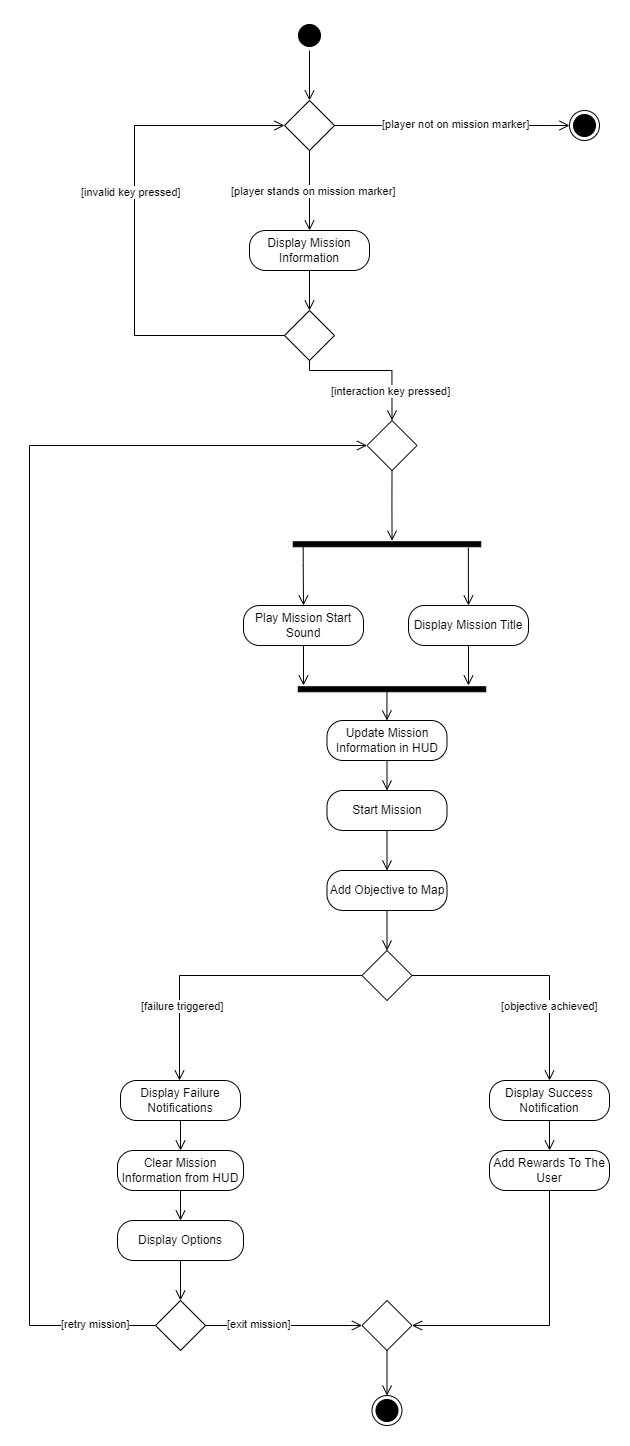
The draw.io diagram Documents/HighLevelDesign/MissionActivity.png in MatKamin/GrabThatAuto, before a commit. Source tidied: cells renumbered, new cells last; positions are measured from the earlier drawing's top-left corner, leaving out a move shared by most shapes. Source of this version:
```xml
<mxGraphModel background="#ffffff">
  <root>
    <mxCell id="0" />
    <mxCell id="1" parent="0" />
    <mxCell id="2" style="ellipse;html=1;shape=startState;fillColor=#000000;strokeColor=#000000;fontColor=#000000;" parent="1" vertex="1">
      <mxGeometry x="265" width="30" height="30" as="geometry" />
    </mxCell>
    <mxCell id="3" style="edgeStyle=orthogonalEdgeStyle;html=1;verticalAlign=bottom;endArrow=open;endSize=8;strokeColor=#000000;rounded=0;exitX=0.5;exitY=1;exitDx=0;exitDy=0;fontColor=#000000;entryX=0.5;entryY=0;entryDx=0;entryDy=0;" parent="1" edge="1" source="2" target="9">
      <mxGeometry relative="1" as="geometry" />
    </mxCell>
    <mxCell id="4" style="rhombus;whiteSpace=wrap;html=1;fontColor=#000000;fillColor=none;strokeColor=#000000;" parent="1" vertex="1">
      <mxGeometry x="255" y="290" width="50" height="50" as="geometry" />
    </mxCell>
    <mxCell id="5" value="Display Mission Information" style="rounded=1;whiteSpace=wrap;html=1;arcSize=40;fontColor=#000000;fillColor=none;strokeColor=#000000;" parent="1" vertex="1">
      <mxGeometry x="220" y="210" width="120" height="40" as="geometry" />
    </mxCell>
    <mxCell id="6" style="edgeStyle=orthogonalEdgeStyle;html=1;verticalAlign=bottom;endArrow=open;endSize=8;strokeColor=#000000;rounded=0;exitX=0.5;exitY=1;exitDx=0;exitDy=0;entryX=0.5;entryY=0;entryDx=0;entryDy=0;fontColor=#000000;" parent="1" edge="1" source="5" target="4">
      <mxGeometry relative="1" as="geometry" />
    </mxCell>
    <mxCell id="7" value="[interaction key pressed]" style="edgeStyle=orthogonalEdgeStyle;html=1;align=left;verticalAlign=bottom;endArrow=open;endSize=8;strokeColor=#000000;rounded=0;exitX=0.5;exitY=1;exitDx=0;exitDy=0;labelBackgroundColor=#ffffff;fontColor=#000000;entryX=0.5;entryY=0;entryDx=0;entryDy=0;" parent="1" edge="1" source="4" target="38">
      <mxGeometry x="-0.58" y="-30" relative="1" as="geometry">
        <Array as="points">
          <mxPoint x="280" y="350" />
        </Array>
      </mxGeometry>
    </mxCell>
    <mxCell id="8" value="[invalid key pressed]" style="edgeStyle=orthogonalEdgeStyle;html=1;align=left;verticalAlign=bottom;endArrow=open;endSize=8;strokeColor=#000000;rounded=0;exitX=0;exitY=0.5;exitDx=0;exitDy=0;labelBackgroundColor=#ffffff;fontColor=#000000;entryX=0;entryY=0.5;entryDx=0;entryDy=0;" parent="1" edge="1" source="4" target="9">
      <mxGeometry x="0.12" y="55" relative="1" as="geometry">
        <Array as="points">
          <mxPoint x="105" y="315" />
          <mxPoint x="105" y="105" />
        </Array>
      </mxGeometry>
    </mxCell>
    <mxCell id="9" style="rhombus;whiteSpace=wrap;html=1;fontColor=#000000;fillColor=none;strokeColor=#000000;" parent="1" vertex="1">
      <mxGeometry x="255" y="80" width="50" height="50" as="geometry" />
    </mxCell>
    <mxCell id="10" value="[player stands on mission marker]" style="edgeStyle=orthogonalEdgeStyle;html=1;align=left;verticalAlign=bottom;endArrow=open;endSize=8;strokeColor=#000000;rounded=0;exitX=0.5;exitY=1;exitDx=0;exitDy=0;labelBackgroundColor=#ffffff;fontColor=#000000;entryX=0.5;entryY=0;entryDx=0;entryDy=0;" parent="1" edge="1" source="9" target="5">
      <mxGeometry x="0.25" y="-80" relative="1" as="geometry">
        <Array as="points">
          <mxPoint x="280" y="170" />
          <mxPoint x="280" y="170" />
        </Array>
      </mxGeometry>
    </mxCell>
    <mxCell id="11" style="ellipse;html=1;shape=endState;fillColor=#000000;strokeColor=#000000;" parent="1" vertex="1">
      <mxGeometry x="540" y="90" width="30" height="30" as="geometry" />
    </mxCell>
    <mxCell id="12" value="[player not on mission marker]" style="edgeStyle=orthogonalEdgeStyle;html=1;align=left;verticalAlign=bottom;endArrow=open;endSize=8;strokeColor=#000000;rounded=0;exitX=1;exitY=0.5;exitDx=0;exitDy=0;labelBackgroundColor=#ffffff;fontColor=#000000;entryX=0;entryY=0.5;entryDx=0;entryDy=0;fontSize=11;spacingBottom=-3;" parent="1" edge="1" source="9" target="11">
      <mxGeometry x="-0.62" y="-5" relative="1" as="geometry">
        <Array as="points">
          <mxPoint x="520" y="105" />
          <mxPoint x="520" y="105" />
        </Array>
      </mxGeometry>
    </mxCell>
    <mxCell id="13" style="html=1;points=[];perimeter=orthogonalPerimeter;fillColor=strokeColor;strokeColor=#000000;rotation=90;" parent="1" vertex="1">
      <mxGeometry x="355" y="430" width="5" height="187.5" as="geometry" />
    </mxCell>
    <mxCell id="14" style="edgeStyle=orthogonalEdgeStyle;html=1;align=left;verticalAlign=bottom;endArrow=open;endSize=8;strokeColor=#000000;rounded=0;exitX=0.5;exitY=0.947;exitDx=0;exitDy=0;labelBackgroundColor=#ffffff;fontColor=#000000;exitPerimeter=0;entryX=0.5;entryY=0;entryDx=0;entryDy=0;" parent="1" edge="1" source="13" target="15">
      <mxGeometry x="0.5" y="-60" relative="1" as="geometry">
        <Array as="points">
          <mxPoint x="274" y="545" />
          <mxPoint x="274" y="545" />
        </Array>
      </mxGeometry>
    </mxCell>
    <mxCell id="15" value="Play Mission Start Sound" style="rounded=1;whiteSpace=wrap;html=1;arcSize=40;fontColor=#000000;fillColor=none;strokeColor=#000000;" parent="1" vertex="1">
      <mxGeometry x="214" y="585" width="120" height="40" as="geometry" />
    </mxCell>
    <mxCell id="16" value="Display Mission Title" style="rounded=1;whiteSpace=wrap;html=1;arcSize=40;fontColor=#000000;fillColor=none;strokeColor=#000000;" parent="1" vertex="1">
      <mxGeometry x="379" y="585" width="120" height="40" as="geometry" />
    </mxCell>
    <mxCell id="17" style="edgeStyle=orthogonalEdgeStyle;html=1;align=left;verticalAlign=bottom;endArrow=open;endSize=8;strokeColor=#000000;rounded=0;exitX=1.198;exitY=0.066;exitDx=0;exitDy=0;labelBackgroundColor=#ffffff;fontColor=#000000;exitPerimeter=0;entryX=0.5;entryY=0;entryDx=0;entryDy=0;" parent="1" edge="1" source="13" target="16">
      <mxGeometry x="0.5" y="-60" relative="1" as="geometry" />
    </mxCell>
    <mxCell id="18" style="html=1;points=[];perimeter=orthogonalPerimeter;fillColor=strokeColor;strokeColor=#000000;rotation=90;" parent="1" vertex="1">
      <mxGeometry x="360" y="575" width="5" height="187.5" as="geometry" />
    </mxCell>
    <mxCell id="19" style="edgeStyle=orthogonalEdgeStyle;html=1;align=left;verticalAlign=bottom;endArrow=open;endSize=8;strokeColor=#000000;rounded=0;exitX=0.5;exitY=1;exitDx=0;exitDy=0;labelBackgroundColor=#ffffff;fontColor=#000000;entryX=-0.25;entryY=0.972;entryDx=0;entryDy=0;entryPerimeter=0;" parent="1" edge="1" source="15" target="18">
      <mxGeometry x="0.5" y="-60" relative="1" as="geometry" />
    </mxCell>
    <mxCell id="20" style="edgeStyle=orthogonalEdgeStyle;html=1;align=left;verticalAlign=bottom;endArrow=open;endSize=8;strokeColor=#000000;rounded=0;exitX=0.5;exitY=1;exitDx=0;exitDy=0;labelBackgroundColor=#ffffff;fontColor=#000000;" parent="1" edge="1" source="16">
      <mxGeometry x="0.5" y="-60" relative="1" as="geometry">
        <mxPoint x="439" y="665" as="targetPoint" />
        <Array as="points">
          <mxPoint x="439" y="655" />
          <mxPoint x="439" y="655" />
        </Array>
      </mxGeometry>
    </mxCell>
    <mxCell id="21" value="Update Mission Information in HUD" style="rounded=1;whiteSpace=wrap;html=1;arcSize=40;fontColor=#000000;fillColor=none;strokeColor=#000000;" parent="1" vertex="1">
      <mxGeometry x="297.5" y="700" width="120" height="40" as="geometry" />
    </mxCell>
    <mxCell id="22" value="&lt;br&gt;" style="edgeStyle=orthogonalEdgeStyle;html=1;align=left;verticalAlign=bottom;endArrow=open;endSize=8;strokeColor=#000000;rounded=0;labelBackgroundColor=#ffffff;fontColor=#000000;entryX=0.5;entryY=0;entryDx=0;entryDy=0;exitX=0.525;exitY=0.527;exitDx=0;exitDy=0;exitPerimeter=0;" parent="1" edge="1" source="18" target="21">
      <mxGeometry x="0.5" y="-60" relative="1" as="geometry">
        <Array as="points">
          <mxPoint x="357" y="695" />
        </Array>
      </mxGeometry>
    </mxCell>
    <mxCell id="23" value="Start Mission" style="rounded=1;whiteSpace=wrap;html=1;arcSize=40;fontColor=#000000;fillColor=none;strokeColor=#000000;" parent="1" vertex="1">
      <mxGeometry x="297.5" y="770" width="120" height="40" as="geometry" />
    </mxCell>
    <mxCell id="24" style="edgeStyle=orthogonalEdgeStyle;html=1;verticalAlign=bottom;endArrow=open;endSize=8;strokeColor=#000000;rounded=0;exitX=0.5;exitY=1;exitDx=0;exitDy=0;entryX=0.5;entryY=0;entryDx=0;entryDy=0;fontColor=#000000;" parent="1" edge="1" source="21" target="23">
      <mxGeometry relative="1" as="geometry" />
    </mxCell>
    <mxCell id="25" style="rhombus;whiteSpace=wrap;html=1;fontColor=#000000;fillColor=none;strokeColor=#000000;" parent="1" vertex="1">
      <mxGeometry x="332.5" y="930" width="50" height="50" as="geometry" />
    </mxCell>
    <mxCell id="26" style="edgeStyle=orthogonalEdgeStyle;html=1;verticalAlign=bottom;endArrow=open;endSize=8;strokeColor=#000000;rounded=0;exitX=0.5;exitY=1;exitDx=0;exitDy=0;entryX=0.5;entryY=0;entryDx=0;entryDy=0;fontColor=#000000;" parent="1" edge="1" source="23" target="47">
      <mxGeometry relative="1" as="geometry" />
    </mxCell>
    <mxCell id="27" value="[objective achieved]" style="edgeStyle=orthogonalEdgeStyle;html=1;align=left;verticalAlign=bottom;endArrow=open;endSize=8;strokeColor=#000000;rounded=0;exitX=1;exitY=0.5;exitDx=0;exitDy=0;labelBackgroundColor=#ffffff;fontColor=#000000;entryX=0.5;entryY=0;entryDx=0;entryDy=0;" parent="1" edge="1" source="25" target="41">
      <mxGeometry x="-0.28" y="-40" relative="1" as="geometry">
        <Array as="points">
          <mxPoint x="520" y="955" />
          <mxPoint x="520" y="1060" />
        </Array>
      </mxGeometry>
    </mxCell>
    <mxCell id="28" value="[failure triggered]" style="edgeStyle=orthogonalEdgeStyle;html=1;align=left;verticalAlign=bottom;endArrow=open;endSize=8;strokeColor=#000000;rounded=0;exitX=0;exitY=0.5;exitDx=0;exitDy=0;labelBackgroundColor=#ffffff;fontColor=#000000;entryX=0.5;entryY=0;entryDx=0;entryDy=0;" parent="1" edge="1" source="25" target="29">
      <mxGeometry x="0.54" y="-40" relative="1" as="geometry">
        <Array as="points">
          <mxPoint x="150" y="955" />
          <mxPoint x="150" y="1060" />
        </Array>
      </mxGeometry>
    </mxCell>
    <mxCell id="29" value="Display Failure Notifications" style="rounded=1;whiteSpace=wrap;html=1;arcSize=40;fontColor=#000000;fillColor=none;strokeColor=#000000;" parent="1" vertex="1">
      <mxGeometry x="91" y="1060" width="120" height="40" as="geometry" />
    </mxCell>
    <mxCell id="30" value="Clear Mission Information from HUD" style="rounded=1;whiteSpace=wrap;html=1;arcSize=40;fontColor=#000000;fillColor=none;strokeColor=#000000;" parent="1" vertex="1">
      <mxGeometry x="88" y="1130" width="126" height="40" as="geometry" />
    </mxCell>
    <mxCell id="31" style="edgeStyle=orthogonalEdgeStyle;html=1;verticalAlign=bottom;endArrow=open;endSize=8;strokeColor=#000000;rounded=0;exitX=0.5;exitY=1;exitDx=0;exitDy=0;entryX=0.5;entryY=0;entryDx=0;entryDy=0;fontColor=#000000;" parent="1" edge="1" source="29" target="30">
      <mxGeometry relative="1" as="geometry" />
    </mxCell>
    <mxCell id="32" value="Display Options" style="rounded=1;whiteSpace=wrap;html=1;arcSize=40;fontColor=#000000;fillColor=none;strokeColor=#000000;" parent="1" vertex="1">
      <mxGeometry x="88" y="1200" width="126" height="40" as="geometry" />
    </mxCell>
    <mxCell id="33" style="edgeStyle=orthogonalEdgeStyle;html=1;verticalAlign=bottom;endArrow=open;endSize=8;strokeColor=#000000;rounded=0;exitX=0.5;exitY=1;exitDx=0;exitDy=0;entryX=0.5;entryY=0;entryDx=0;entryDy=0;fontColor=#000000;" parent="1" edge="1" source="30" target="32">
      <mxGeometry relative="1" as="geometry" />
    </mxCell>
    <mxCell id="34" style="rhombus;whiteSpace=wrap;html=1;fontColor=#000000;fillColor=none;strokeColor=#000000;" parent="1" vertex="1">
      <mxGeometry x="126" y="1280" width="50" height="50" as="geometry" />
    </mxCell>
    <mxCell id="35" style="edgeStyle=orthogonalEdgeStyle;html=1;verticalAlign=bottom;endArrow=open;endSize=8;strokeColor=#000000;rounded=0;exitX=0.5;exitY=1;exitDx=0;exitDy=0;entryX=0.5;entryY=0;entryDx=0;entryDy=0;fontColor=#000000;" parent="1" edge="1" source="32" target="34">
      <mxGeometry relative="1" as="geometry" />
    </mxCell>
    <mxCell id="36" value="[exit mission]" style="edgeStyle=orthogonalEdgeStyle;html=1;align=left;verticalAlign=bottom;endArrow=open;endSize=8;strokeColor=#000000;rounded=0;exitX=1;exitY=0.5;exitDx=0;exitDy=0;labelBackgroundColor=#ffffff;fontColor=#000000;entryX=0;entryY=0.5;entryDx=0;entryDy=0;spacingBottom=2;" parent="1" edge="1" source="34" target="44">
      <mxGeometry x="-0.75" y="-10" relative="1" as="geometry" />
    </mxCell>
    <mxCell id="37" value="[retry mission]" style="edgeStyle=orthogonalEdgeStyle;html=1;align=left;verticalAlign=bottom;endArrow=open;endSize=8;strokeColor=#000000;rounded=0;exitX=0;exitY=0.5;exitDx=0;exitDy=0;labelBackgroundColor=#ffffff;fontColor=#000000;entryX=0;entryY=0.5;entryDx=0;entryDy=0;spacingBottom=-3;" parent="1" edge="1" source="34" target="38">
      <mxGeometry x="-0.86" y="5" relative="1" as="geometry">
        <Array as="points">
          <mxPoint y="1305" />
          <mxPoint y="425" />
        </Array>
      </mxGeometry>
    </mxCell>
    <mxCell id="38" style="rhombus;whiteSpace=wrap;html=1;fontColor=#000000;fillColor=none;strokeColor=#000000;" parent="1" vertex="1">
      <mxGeometry x="337.5" y="400" width="50" height="50" as="geometry" />
    </mxCell>
    <mxCell id="39" style="edgeStyle=orthogonalEdgeStyle;html=1;verticalAlign=bottom;endArrow=open;endSize=8;strokeColor=#000000;rounded=0;exitX=0.5;exitY=1;exitDx=0;exitDy=0;fontColor=#000000;entryX=-0.207;entryY=0.473;entryDx=0;entryDy=0;entryPerimeter=0;" parent="1" edge="1" source="38" target="13">
      <mxGeometry relative="1" as="geometry" />
    </mxCell>
    <mxCell id="40" style="ellipse;html=1;shape=endState;fillColor=#000000;strokeColor=#000000;" parent="1" vertex="1">
      <mxGeometry x="342.5" y="1375" width="30" height="30" as="geometry" />
    </mxCell>
    <mxCell id="41" value="Display Success Notification" style="rounded=1;whiteSpace=wrap;html=1;arcSize=40;fontColor=#000000;fillColor=none;strokeColor=#000000;" parent="1" vertex="1">
      <mxGeometry x="460" y="1060" width="120" height="40" as="geometry" />
    </mxCell>
    <mxCell id="42" value="Add Rewards To The User" style="rounded=1;whiteSpace=wrap;html=1;arcSize=40;fontColor=#000000;fillColor=none;strokeColor=#000000;" parent="1" vertex="1">
      <mxGeometry x="460" y="1130" width="120" height="40" as="geometry" />
    </mxCell>
    <mxCell id="43" style="edgeStyle=orthogonalEdgeStyle;html=1;verticalAlign=bottom;endArrow=open;endSize=8;strokeColor=#000000;rounded=0;exitX=0.5;exitY=1;exitDx=0;exitDy=0;fontColor=#000000;entryX=0.5;entryY=0;entryDx=0;entryDy=0;" parent="1" edge="1" source="41" target="42">
      <mxGeometry relative="1" as="geometry" />
    </mxCell>
    <mxCell id="44" style="rhombus;whiteSpace=wrap;html=1;fontColor=#000000;fillColor=none;strokeColor=#000000;" parent="1" vertex="1">
      <mxGeometry x="332.5" y="1280" width="50" height="50" as="geometry" />
    </mxCell>
    <mxCell id="45" style="edgeStyle=orthogonalEdgeStyle;html=1;verticalAlign=bottom;endArrow=open;endSize=8;strokeColor=#000000;rounded=0;exitX=0.5;exitY=1;exitDx=0;exitDy=0;fontColor=#000000;entryX=1;entryY=0.5;entryDx=0;entryDy=0;" parent="1" edge="1" source="42" target="44">
      <mxGeometry relative="1" as="geometry" />
    </mxCell>
    <mxCell id="46" style="edgeStyle=orthogonalEdgeStyle;html=1;verticalAlign=bottom;endArrow=open;endSize=8;strokeColor=#000000;rounded=0;exitX=0.5;exitY=1;exitDx=0;exitDy=0;fontColor=#000000;entryX=0.5;entryY=0;entryDx=0;entryDy=0;" parent="1" edge="1" source="44" target="40">
      <mxGeometry relative="1" as="geometry" />
    </mxCell>
    <mxCell id="47" value="Add Objective to Map" style="rounded=1;whiteSpace=wrap;html=1;arcSize=40;fontColor=#000000;fillColor=none;strokeColor=#000000;" parent="1" vertex="1">
      <mxGeometry x="297.5" y="850" width="120" height="40" as="geometry" />
    </mxCell>
    <mxCell id="48" style="edgeStyle=orthogonalEdgeStyle;html=1;verticalAlign=bottom;endArrow=open;endSize=8;strokeColor=#000000;rounded=0;exitX=0.5;exitY=1;exitDx=0;exitDy=0;entryX=0.5;entryY=0;entryDx=0;entryDy=0;fontColor=#000000;" parent="1" edge="1" source="47" target="25">
      <mxGeometry relative="1" as="geometry" />
    </mxCell>
  </root>
</mxGraphModel>
```
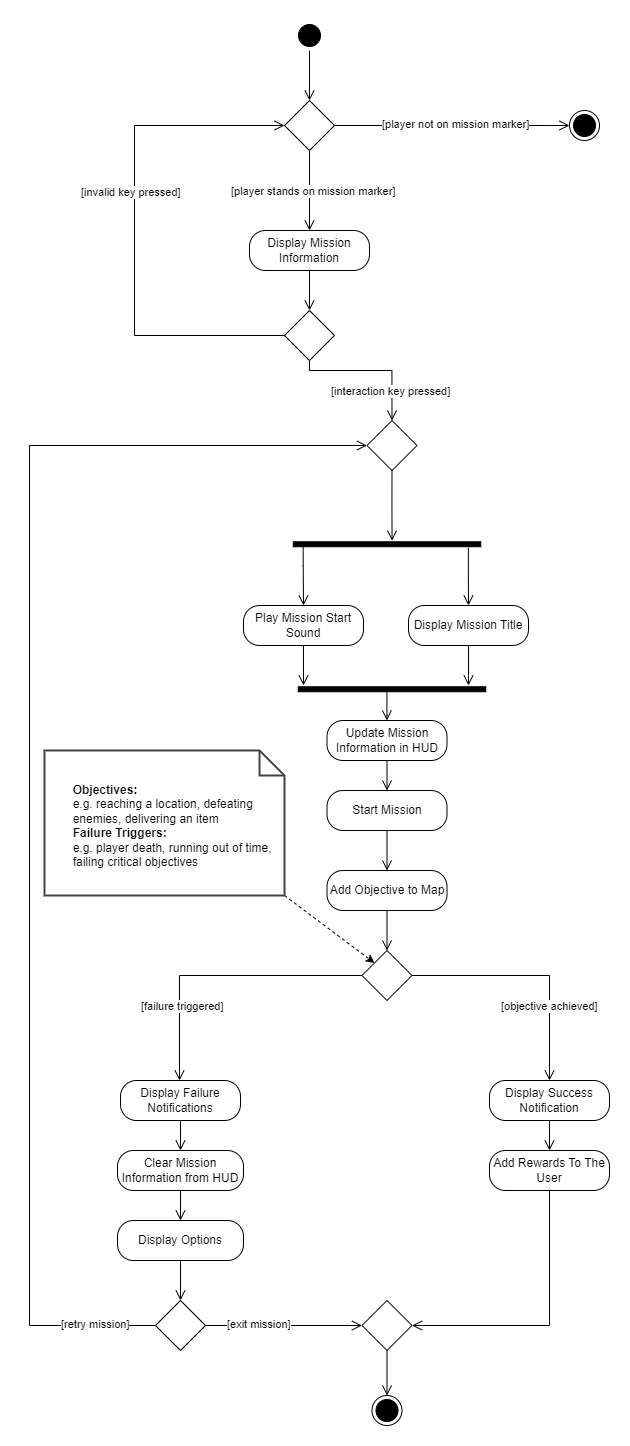
After the change.

Change to the diagram source:
```diff
@@ -192,5 +192,11 @@
     <mxCell id="48" style="edgeStyle=orthogonalEdgeStyle;html=1;verticalAlign=bottom;endArrow=open;endSize=8;strokeColor=#000000;rounded=0;exitX=0.5;exitY=1;exitDx=0;exitDy=0;entryX=0.5;entryY=0;entryDx=0;entryDy=0;fontColor=#000000;" parent="1" edge="1" source="47" target="25">
       <mxGeometry relative="1" as="geometry" />
     </mxCell>
+    <mxCell id="49" style="rounded=0;jettySize=auto;html=1;exitX=1;exitY=1;exitDx=0;exitDy=0;exitPerimeter=0;entryX=0;entryY=0;entryDx=0;entryDy=0;fontColor=#000000;strokeColor=#000000;dashed=1;" parent="1" edge="1" source="50" target="25">
+      <mxGeometry relative="1" as="geometry" />
+    </mxCell>
+    <mxCell id="50" value="&lt;b&gt;&lt;font style=&quot;font-size: 12px;&quot;&gt;&lt;font style=&quot;font-size: 12px;&quot;&gt;&lt;span style=&quot;white-space: pre;&quot;&gt;&#9;&lt;/span&gt;Objectives&lt;/font&gt;&lt;font style=&quot;font-size: 12px;&quot;&gt;:&lt;/font&gt;&lt;/font&gt;&lt;br&gt;&lt;/b&gt;&lt;span style=&quot;white-space: pre;&quot;&gt;&#9;&lt;/span&gt;e.g. reaching a location, defeating &lt;span style=&quot;white-space: pre;&quot;&gt;&#9;&lt;/span&gt;enemies, delivering an item&lt;br&gt;&lt;font style=&quot;font-size: 12px;&quot;&gt;&lt;span style=&quot;white-space: pre;&quot;&gt;&#9;&lt;/span&gt;&lt;b&gt;Failure Triggers:&lt;/b&gt;&lt;br&gt;&lt;span style=&quot;white-space: pre;&quot;&gt;&#9;&lt;/span&gt;e.g. player death, running out of time, &lt;span style=&quot;white-space: pre;&quot;&gt;&#9;&lt;/span&gt;failing critical objectives&lt;br&gt;&lt;/font&gt;" style="shape=note2;boundedLbl=1;whiteSpace=wrap;html=1;size=25;verticalAlign=top;align=left;strokeColor=#424242;fontColor=#000000;fillColor=none;strokeWidth=2;" parent="1" vertex="1">
+      <mxGeometry x="15" y="730" width="240" height="145" as="geometry" />
+    </mxCell>
   </root>
 </mxGraphModel>
```
